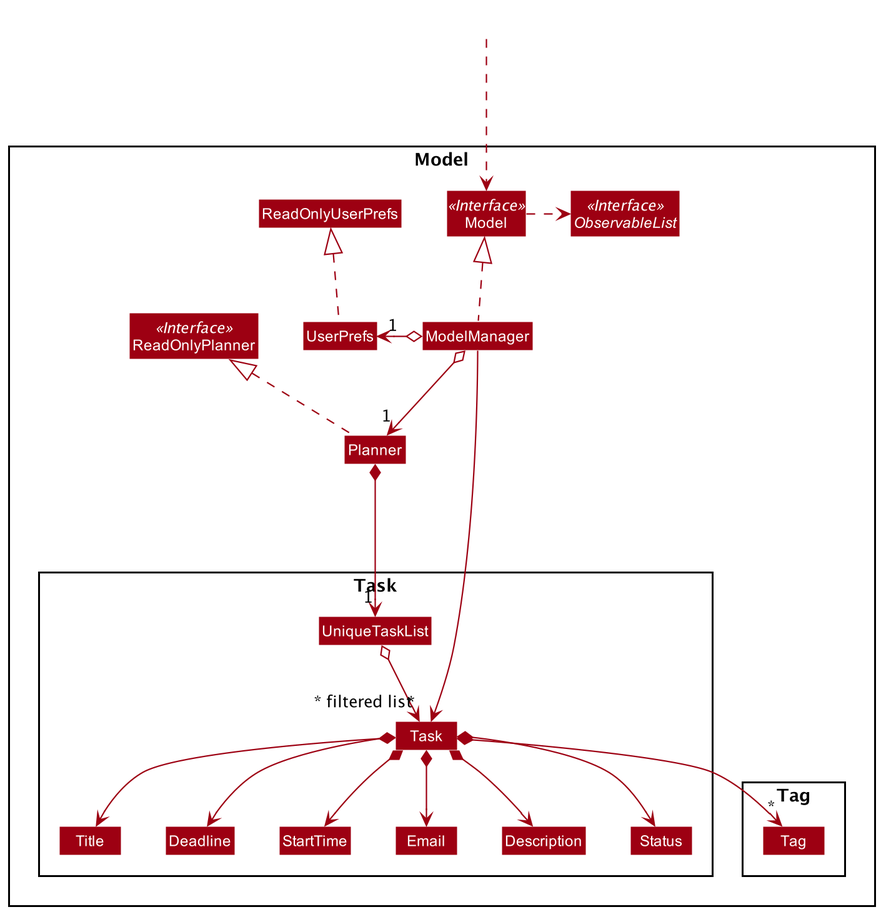
nus-cs2103-AY2021S2/tp keeps this PlantUML diagram as docs/images/ModelClassDiagram.png. Above is the earlier version.
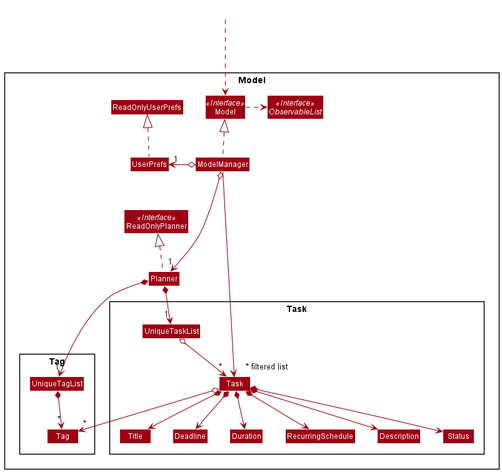
Above is the later version.

What changed in the source:
```diff
@@ -18,16 +18,17 @@
 Package Task {
 Class Task
 Class Deadline
-Class Email
+Class RecurringSchedule
 Class Title
 Class Status
-Class StartTime
+Class Duration
 Class Description
 Class UniqueTaskList
 }
 
 Package Tag {
 Class Tag
+Class UniqueTagList
 }
 }
 
@@ -44,18 +45,20 @@
 
 Planner *--> "1" UniqueTaskList
 UniqueTaskList o--> "*" Task
+Planner *--> "1" UniqueTagList
+UniqueTagList *--> "*" Tag
 Task *--> Title
 Task *--> Deadline
-Task *--> StartTime
-Task *--> Email
+Task *--> Duration
+Task *--> RecurringSchedule
 Task *--> Description
 Task *--> Status
-Task *--> "*" Tag
+Task o--> "*" Tag
 
 Title -[hidden]right-> Deadline
-Deadline -[hidden]right-> StartTime
-StartTime -[hidden]right-> Email
-Email -[hidden]right-> Description
+Deadline -[hidden]right-> Duration
+Duration -[hidden]right-> RecurringSchedule
+RecurringSchedule -[hidden]right-> Description
 Description -[hidden]right-> Status
 
 
```
